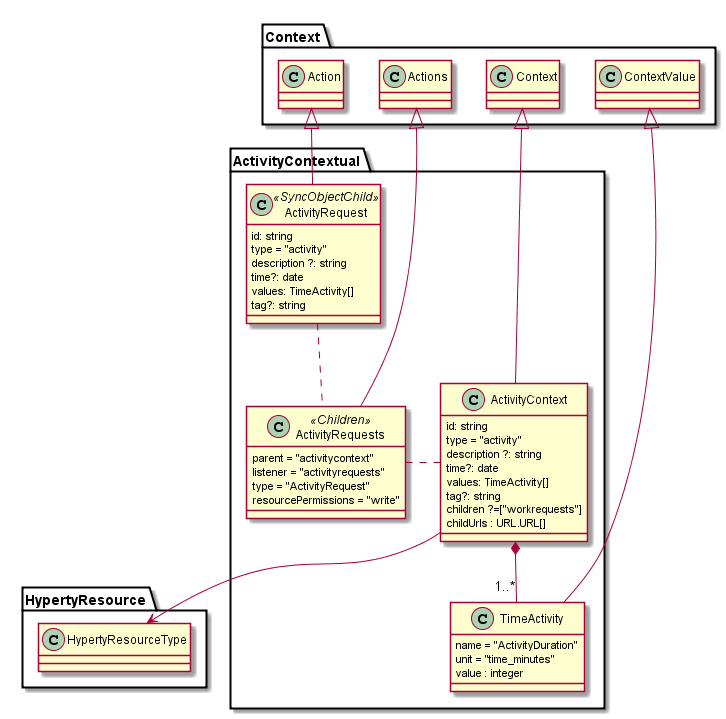
reTHINK-project/dev-smart-contextual-assistance-app keeps this PlantUML diagram as docs/activity-context.png. Above is the earlier version. Source of this version:
```plantuml
@startuml "activity-context.png"

Package ActivityContextual {

class ActivityContext {
  id: string
  type = "activity"
  description ?: string
  time?: date
  values: TimeActivity[]
  tag?: string
  children ?=["workrequests"]
  childUrls : URL.URL[]
}


class TimeActivity {
  name = "ActivityDuration"
  unit = "time_minutes"
  value : integer
}

class ActivityRequests <<Children>> {
  parent = "activitycontext"
  listener = "activityrequests"
  type = "ActivityRequest"
  resourcePermissions = "write"
}

class ActivityRequest <<SyncObjectChild>> {
  id: string
  type = "activity"
  description ?: string
  time?: date
  values: TimeActivity[]
  tag?: string
}
}
ActivityContext *-- "1..*" TimeActivity

ActivityContext -up-|> Context.Context
ActivityRequests -up-|> Context.Actions
ActivityRequest -up-|> Context.Action
TimeActivity -up-|> Context.ContextValue
ActivityContext .left. ActivityRequests
ActivityRequest .. ActivityRequests
ActivityContext --> HypertyResource.HypertyResourceType


@enduml
```
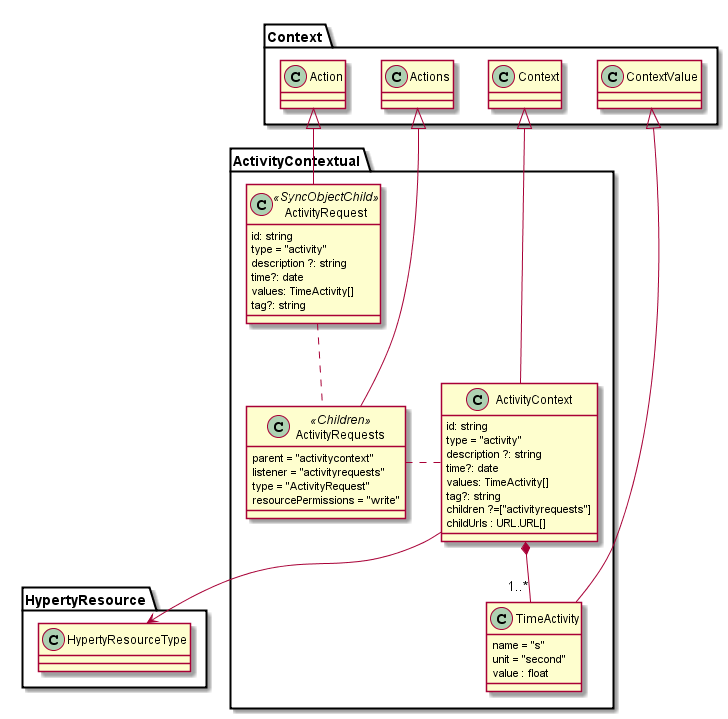
After the change.

What changed in the source:
```diff
@@ -9,15 +9,15 @@
   time?: date
   values: TimeActivity[]
   tag?: string
-  children ?=["workrequests"]
+  children ?=["activityrequests"]
   childUrls : URL.URL[]
 }
 
 
 class TimeActivity {
-  name = "ActivityDuration"
-  unit = "time_minutes"
-  value : integer
+  name = "s"
+  unit = "second"
+  value : float
 }
 
 class ActivityRequests <<Children>> {
```
